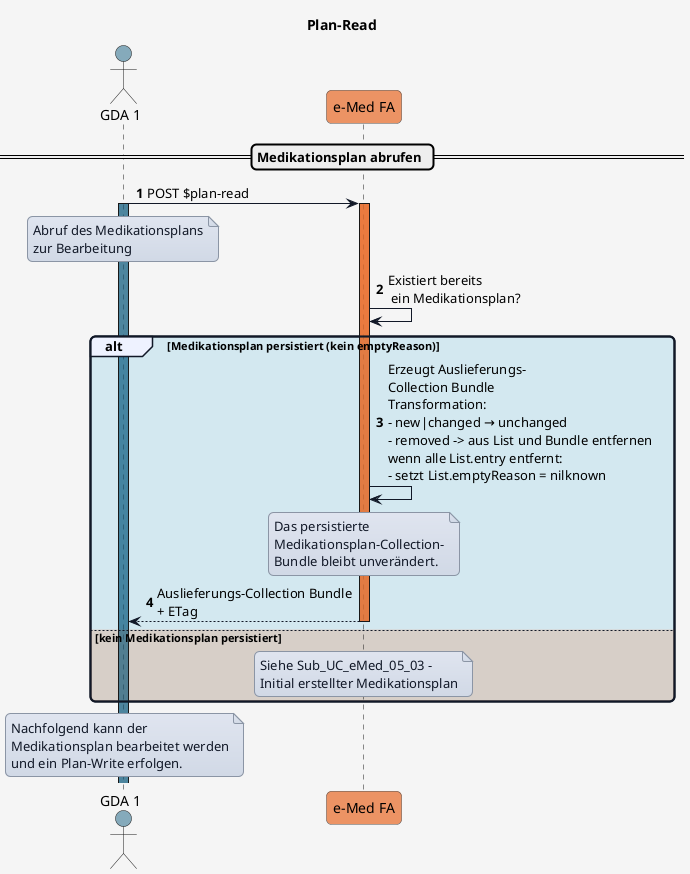
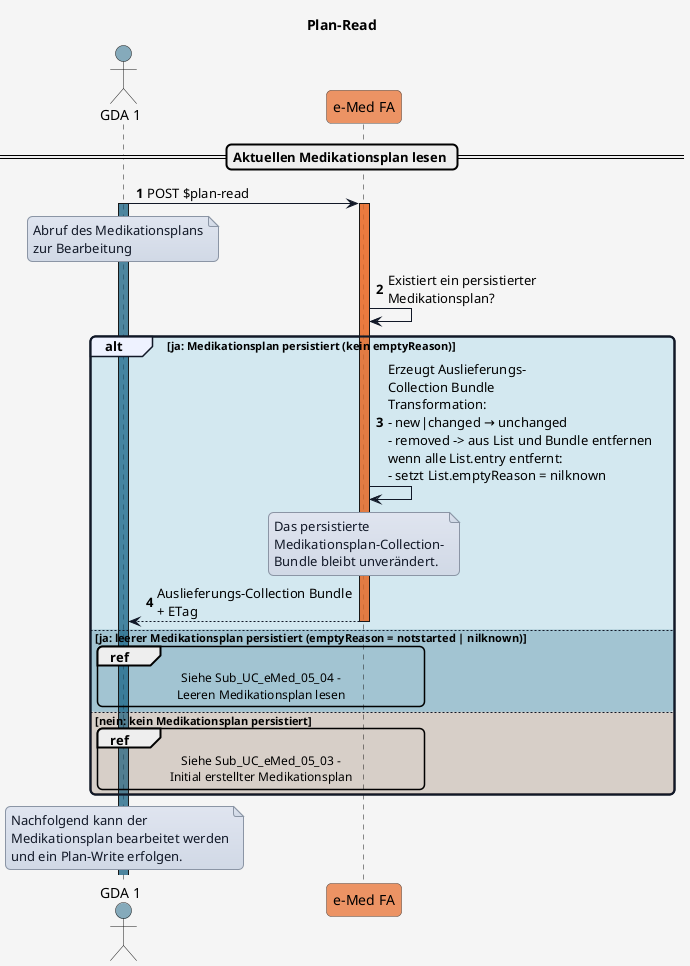
@startuml
title Plan-Read

'skinparam actorStyle awesome

skinparam borderColor #000000
skinparam backgroundColor #f5f5f5
skinparam shadowing false
skinparam roundCorner 10
skinparam defaultFontName "Arial"
'skinparam defaultFontSize 14
skinparam defaultFontColor #000000
skinparam HyperlinkColor #0000EE
skinparam HyperlinkUnderline false
skinparam BoxPadding 20
skinparam BoxBorderColor #555555

skinparam note {
  BackgroundColor #e0e5f0-#d1d9e6
  BorderColor #8b95a5
  BorderThickness 1
  RoundCorner 0
  Padding 6
  FontColor #111827
  Shadowing false
}

skinparam sequence {
  ParticipantBorderColor #555555
  ParticipantBackgroundColor #ffffff
  ParticipantFontColor #000000
  ParticipantFontSize 14
  ParticipantPadding 20
  ArrowColor #111827
  ArrowThickness 1
  ArrowFontColor #000000
  ArrowFontSize 13
  GroupBorderColor #111827
  GroupBackgroundColor #eef2ff
  GroupBorderThickness 2
}

!define COLOR_GDA_1    #15608280
!define COLOR_GDA_2    #96607D80
!define COLOR_PATIENT  #196B2480
!define COLOR_APO      #0F9ED590
!define COLOR_EMED_FA  #e97232bd
!define COLOR_E_REZEPT #cd3732a9

!define COLOR_OK       #0F9ED525
+ !define COLOR_OK_2     #34738d4e
!define COLOR_ERROR    #E9713235

actor GDA_1 as "GDA 1" COLOR_GDA_1
participant eMed_FA as "e-Med FA" COLOR_EMED_FA


autonumber

- == Medikationsplan abrufen ==
+ == Aktuellen Medikationsplan lesen ==

GDA_1 -> eMed_FA: POST $plan-read
activate GDA_1 COLOR_GDA_1

note over GDA_1
Abruf des Medikationsplans
zur Bearbeitung
end note

activate eMed_FA COLOR_EMED_FA
- eMed_FA -> eMed_FA: Existiert bereits\n ein Medikationsplan?
+ eMed_FA -> eMed_FA: Existiert ein persistierter\nMedikationsplan?

- alt COLOR_OK Medikationsplan persistiert (kein emptyReason)
+ alt COLOR_OK ja: Medikationsplan persistiert (kein emptyReason)
  eMed_FA -> eMed_FA: Erzeugt Auslieferungs-\nCollection Bundle\nTransformation:\n- new|changed → unchanged\n- removed -> aus List und Bundle entfernen\nwenn alle List.entry entfernt:\n- setzt List.emptyReason = nilknown
  note over eMed_FA
  Das persistierte
  Medikationsplan-Collection-
  Bundle bleibt unverändert.
  end note

  eMed_FA --> GDA_1: Auslieferungs-Collection Bundle\n+ ETag

- else COLOR_ERROR kein Medikationsplan persistiert
+ else COLOR_OK_2 ja: leerer Medikationsplan persistiert (emptyReason = notstarted | nilknown)

-   note over eMed_FA
+   ref over GDA_1,eMed_FA
+   Siehe Sub_UC_eMed_05_04 -
+   Leeren Medikationsplan lesen
+   end ref
+ 
+ else COLOR_ERROR nein: kein Medikationsplan persistiert
+ 
+   ref over GDA_1,eMed_FA
  Siehe Sub_UC_eMed_05_03 -
  Initial erstellter Medikationsplan
-   end note
+   end ref

  deactivate eMed_FA
end

note over GDA_1
Nachfolgend kann der
Medikationsplan bearbeitet werden
und ein Plan-Write erfolgen.
end note

@enduml